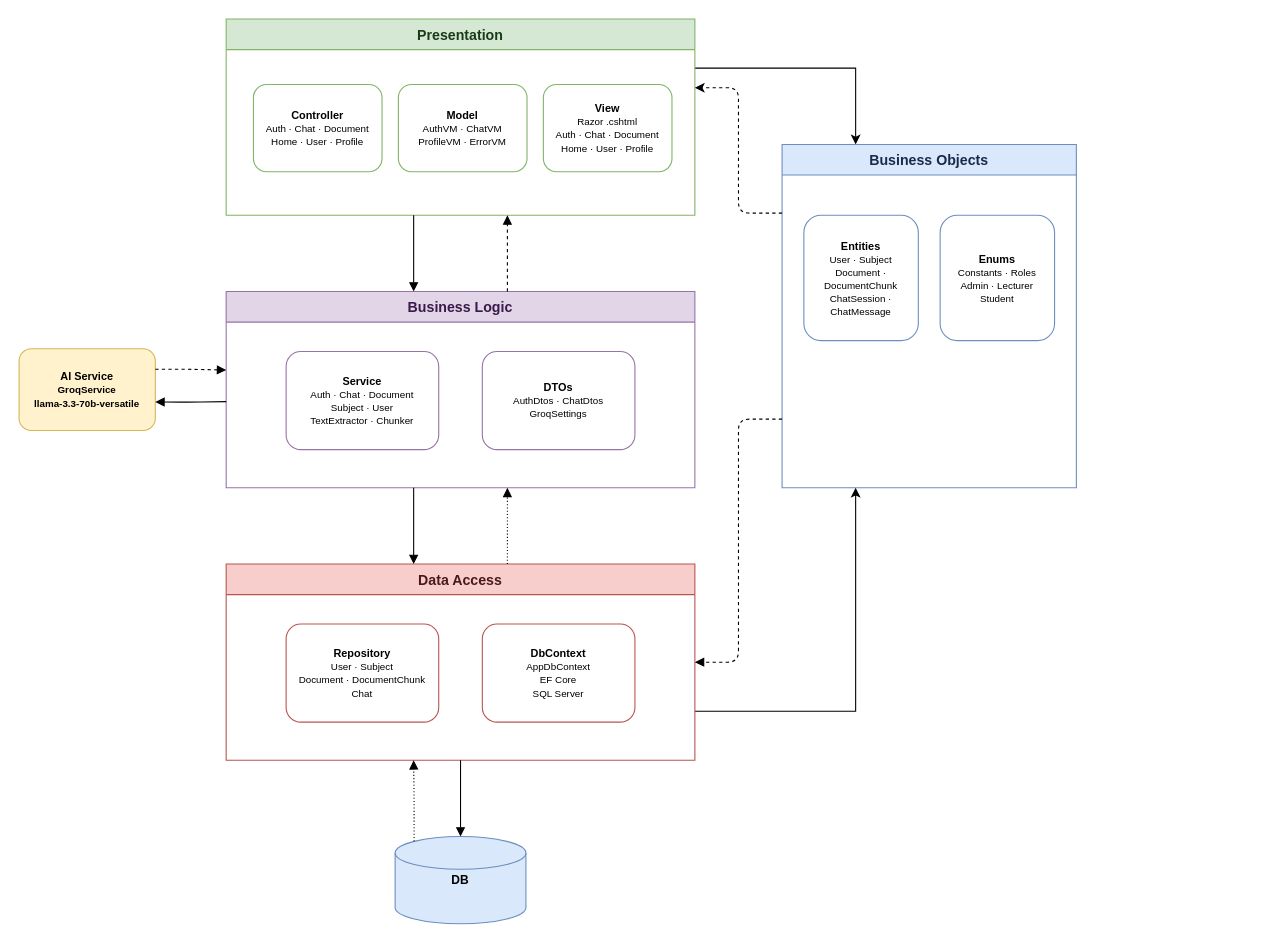
Before: docs/Architecture.drawio in nguyenvanphuquy/ASM_PRN222, a draw.io diagram. Source tidied: cells renumbered, new cells numbered last; positions are measured from the earlier drawing's top-left corner, leaving out a move shared by most shapes. Both pictures are drawn from the tidied source at 109%, with x=0, y=0 at pixel (19, 19).
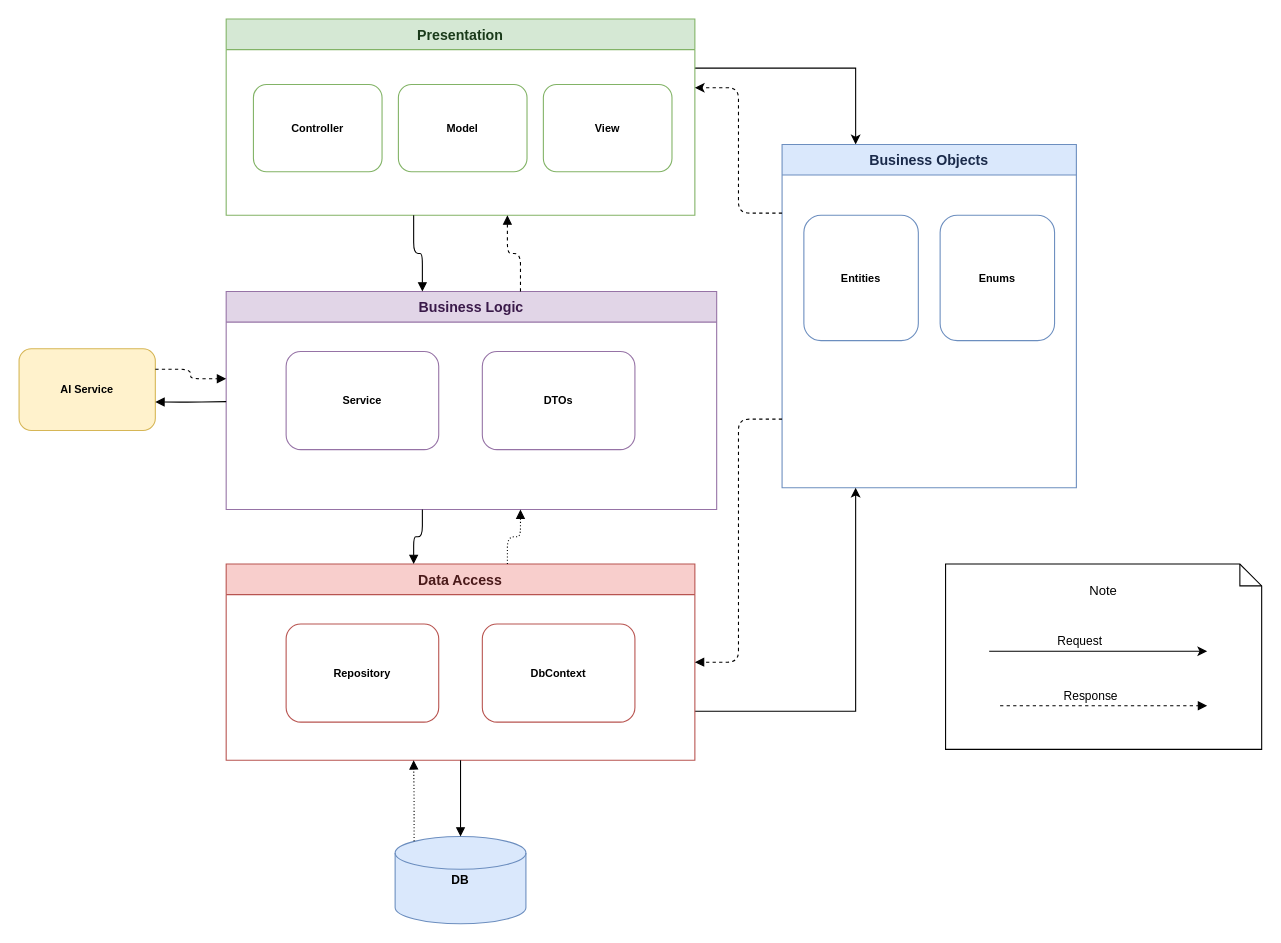
After the change.

The change refers to these unchanged cells:
```xml
<mxCell id="3" value="Presentation" style="swimlane;startSize=28;fillColor=#d5e8d4;strokeColor=#82b366;fontStyle=1;fontSize=13;fontColor=#1a3a1a;horizontal=1;" parent="1" vertex="1">
  <mxGeometry x="190" width="430" height="180" as="geometry" />
</mxCell>
<mxCell id="10" value="Business Objects" style="swimlane;startSize=28;fillColor=#dae8fc;strokeColor=#6c8ebf;fontStyle=1;fontSize=13;fontColor=#1a2a4a;horizontal=1;" parent="1" vertex="1">
  <mxGeometry x="700" y="115" width="270" height="315" as="geometry" />
</mxCell>
<mxCell id="14" value="Data Access" style="swimlane;startSize=28;fillColor=#f8cecc;strokeColor=#b85450;fontStyle=1;fontSize=13;fontColor=#4a1a1a;horizontal=1;" parent="1" vertex="1">
  <mxGeometry x="190" y="500" width="430" height="180" as="geometry" />
</mxCell>
```

The edit, as a diff of the source:
```diff
@@
+    <mxCell id="29" value="&lt;h1&gt;&lt;br&gt;&lt;/h1&gt;" style="shape=note;size=20;whiteSpace=wrap;html=1;" parent="1" vertex="1">
+      <mxGeometry x="850" y="500" width="290" height="170" as="geometry" />
+    </mxCell>
@@
-    <mxCell id="4" value="&lt;b&gt;Controller&lt;/b&gt;&lt;br/&gt;&lt;font style='font-size:9px'&gt;Auth · Chat · Document&lt;br/&gt;Home · User · Profile&lt;/font&gt;" style="rounded=1;whiteSpace=wrap;html=1;fillColor=#ffffff;strokeColor=#82b366;fontSize=10;verticalAlign=middle;" parent="3" vertex="1">
+    <mxCell id="4" value="&lt;b&gt;Controller&lt;/b&gt;" style="rounded=1;whiteSpace=wrap;html=1;fillColor=#ffffff;strokeColor=#82b366;fontSize=10;verticalAlign=middle;" parent="3" vertex="1">
       <mxGeometry x="25" y="60" width="118" height="80" as="geometry" />
     </mxCell>
-    <mxCell id="5" value="&lt;b&gt;Model&lt;/b&gt;&lt;br/&gt;&lt;font style='font-size:9px'&gt;AuthVM · ChatVM&lt;br/&gt;ProfileVM · ErrorVM&lt;/font&gt;" style="rounded=1;whiteSpace=wrap;html=1;fillColor=#ffffff;strokeColor=#82b366;fontSize=10;verticalAlign=middle;" parent="3" vertex="1">
+    <mxCell id="5" value="&lt;b&gt;Model&lt;/b&gt;" style="rounded=1;whiteSpace=wrap;html=1;fillColor=#ffffff;strokeColor=#82b366;fontSize=10;verticalAlign=middle;" parent="3" vertex="1">
       <mxGeometry x="158" y="60" width="118" height="80" as="geometry" />
     </mxCell>
-    <mxCell id="6" value="&lt;b&gt;View&lt;/b&gt;&lt;br/&gt;&lt;font style='font-size:9px'&gt;Razor .cshtml&lt;br/&gt;Auth · Chat · Document&lt;br/&gt;Home · User · Profile&lt;/font&gt;" style="rounded=1;whiteSpace=wrap;html=1;fillColor=#ffffff;strokeColor=#82b366;fontSize=10;verticalAlign=middle;" parent="3" vertex="1">
+    <mxCell id="6" value="&lt;b&gt;View&lt;/b&gt;" style="rounded=1;whiteSpace=wrap;html=1;fillColor=#ffffff;strokeColor=#82b366;fontSize=10;verticalAlign=middle;" parent="3" vertex="1">
       <mxGeometry x="291" y="60" width="118" height="80" as="geometry" />
     </mxCell>
     <mxCell id="7" value="Business Logic" style="swimlane;startSize=28;fillColor=#e1d5e7;strokeColor=#9673a6;fontStyle=1;fontSize=13;fontColor=#3a1a4a;horizontal=1;" parent="1" vertex="1">
-      <mxGeometry x="190" y="250" width="430" height="180" as="geometry" />
+      <mxGeometry x="190" y="250" width="450" height="200" as="geometry" />
     </mxCell>
-    <mxCell id="8" value="&lt;b&gt;Service&lt;/b&gt;&lt;br/&gt;&lt;font style='font-size:9px'&gt;Auth · Chat · Document&lt;br/&gt;Subject · User&lt;br/&gt;TextExtractor · Chunker&lt;/font&gt;" style="rounded=1;whiteSpace=wrap;html=1;fillColor=#ffffff;strokeColor=#9673a6;fontSize=10;verticalAlign=middle;" parent="7" vertex="1">
+    <mxCell id="8" value="&lt;b&gt;Service&lt;/b&gt;" style="rounded=1;whiteSpace=wrap;html=1;fillColor=#ffffff;strokeColor=#9673a6;fontSize=10;verticalAlign=middle;" parent="7" vertex="1">
       <mxGeometry x="55" y="55" width="140" height="90" as="geometry" />
     </mxCell>
-    <mxCell id="9" value="&lt;b&gt;DTOs&lt;/b&gt;&lt;br/&gt;&lt;font style='font-size:9px'&gt;AuthDtos · ChatDtos&lt;br/&gt;GroqSettings&lt;/font&gt;" style="rounded=1;whiteSpace=wrap;html=1;fillColor=#ffffff;strokeColor=#9673a6;fontSize=10;verticalAlign=middle;" parent="7" vertex="1">
+    <mxCell id="9" value="&lt;b&gt;DTOs&lt;/b&gt;" style="rounded=1;whiteSpace=wrap;html=1;fillColor=#ffffff;strokeColor=#9673a6;fontSize=10;verticalAlign=middle;" parent="7" vertex="1">
       <mxGeometry x="235" y="55" width="140" height="90" as="geometry" />
     </mxCell>
+    <mxCell id="30" style="endArrow=classic;html=1;rounded=0;" parent="7" edge="1">
+      <mxGeometry relative="1" as="geometry">
+        <mxPoint x="700" y="330" as="sourcePoint" />
+        <mxPoint x="900" y="330" as="targetPoint" />
+      </mxGeometry>
+    </mxCell>
+    <mxCell id="31" value="Request" style="edgeLabel;html=1;align=center;verticalAlign=middle;" parent="30" vertex="1">
+      <mxGeometry x="-0.41" y="-1" relative="1" as="geometry">
+        <mxPoint x="23" y="-11" as="offset" />
+      </mxGeometry>
+    </mxCell>
@@
-    <mxCell id="11" value="&lt;b&gt;Entities&lt;/b&gt;&lt;br/&gt;&lt;font style='font-size:9px'&gt;User · Subject&lt;br/&gt;Document · DocumentChunk&lt;br/&gt;ChatSession · ChatMessage&lt;/font&gt;" style="rounded=1;whiteSpace=wrap;html=1;fillColor=#ffffff;strokeColor=#6c8ebf;fontSize=10;verticalAlign=middle;" parent="10" vertex="1">
+    <mxCell id="11" value="&lt;b&gt;Entities&lt;/b&gt;" style="rounded=1;whiteSpace=wrap;html=1;fillColor=#ffffff;strokeColor=#6c8ebf;fontSize=10;verticalAlign=middle;" parent="10" vertex="1">
       <mxGeometry x="20" y="65" width="105" height="115" as="geometry" />
     </mxCell>
-    <mxCell id="12" value="&lt;b&gt;Enums&lt;/b&gt;&lt;br/&gt;&lt;font style='font-size:9px'&gt;Constants · Roles&lt;br/&gt;Admin · Lecturer&lt;br/&gt;Student&lt;/font&gt;" style="rounded=1;whiteSpace=wrap;html=1;fillColor=#ffffff;strokeColor=#6c8ebf;fontSize=10;verticalAlign=middle;" parent="10" vertex="1">
+    <mxCell id="12" value="&lt;b&gt;Enums&lt;/b&gt;" style="rounded=1;whiteSpace=wrap;html=1;fillColor=#ffffff;strokeColor=#6c8ebf;fontSize=10;verticalAlign=middle;" parent="10" vertex="1">
       <mxGeometry x="145" y="65" width="105" height="115" as="geometry" />
     </mxCell>
@@
-    <mxCell id="15" value="&lt;b&gt;Repository&lt;/b&gt;&lt;br/&gt;&lt;font style='font-size:9px'&gt;User · Subject&lt;br/&gt;Document · DocumentChunk&lt;br/&gt;Chat&lt;/font&gt;" style="rounded=1;whiteSpace=wrap;html=1;fillColor=#ffffff;strokeColor=#b85450;fontSize=10;verticalAlign=middle;" parent="14" vertex="1">
+    <mxCell id="15" value="&lt;b&gt;Repository&lt;/b&gt;" style="rounded=1;whiteSpace=wrap;html=1;fillColor=#ffffff;strokeColor=#b85450;fontSize=10;verticalAlign=middle;" parent="14" vertex="1">
       <mxGeometry x="55" y="55" width="140" height="90" as="geometry" />
     </mxCell>
-    <mxCell id="16" value="&lt;b&gt;DbContext&lt;/b&gt;&lt;br&gt;&lt;font style=&quot;font-size:9px&quot;&gt;AppDbContext&lt;br&gt;EF Core&lt;br&gt;SQL Server&lt;/font&gt;" style="rounded=1;whiteSpace=wrap;html=1;fillColor=#ffffff;strokeColor=#b85450;fontSize=10;verticalAlign=middle;" parent="14" vertex="1">
+    <mxCell id="16" value="&lt;b&gt;DbContext&lt;/b&gt;" style="rounded=1;whiteSpace=wrap;html=1;fillColor=#ffffff;strokeColor=#b85450;fontSize=10;verticalAlign=middle;" parent="14" vertex="1">
       <mxGeometry x="235" y="55" width="140" height="90" as="geometry" />
     </mxCell>
-    <mxCell id="17" value="&lt;b&gt;AI Service&lt;/b&gt;&lt;br/&gt;&lt;font style='font-size:9px'&gt;GroqService&lt;br/&gt;llama-3.3-70b-versatile&lt;/font&gt;" style="rounded=1;whiteSpace=wrap;html=1;fillColor=#fff2cc;strokeColor=#d6b656;fontSize=10;fontStyle=1;" parent="1" vertex="1">
+    <mxCell id="17" value="&lt;b&gt;AI Service&lt;/b&gt;" style="rounded=1;whiteSpace=wrap;html=1;fillColor=#fff2cc;strokeColor=#d6b656;fontSize=10;fontStyle=1;" parent="1" vertex="1">
       <mxGeometry y="302.5" width="125" height="75" as="geometry" />
     </mxCell>
@@
+    <mxCell id="32" style="edgeStyle=orthogonalEdgeStyle;endArrow=block;endFill=1;dashed=1;" parent="1" edge="1">
+      <mxGeometry relative="1" as="geometry">
+        <mxPoint x="900" y="630" as="sourcePoint" />
+        <mxPoint x="1090" y="630" as="targetPoint" />
+      </mxGeometry>
+    </mxCell>
+    <mxCell id="33" value="Response" style="edgeLabel;html=1;align=center;verticalAlign=middle;" parent="32" vertex="1">
+      <mxGeometry x="-0.14" relative="1" as="geometry">
+        <mxPoint y="-10" as="offset" />
+      </mxGeometry>
+    </mxCell>
+    <mxCell id="34" value="Note" style="text;html=1;whiteSpace=wrap;strokeColor=none;fillColor=none;align=center;verticalAlign=middle;rounded=0;" parent="1" vertex="1">
+      <mxGeometry x="965" y="510" width="60" height="30" as="geometry" />
+    </mxCell>
```
